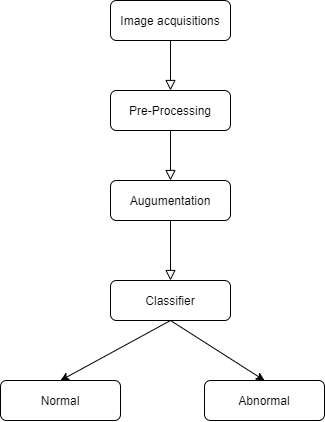
Above: Untitled Diagram.drawio.png in wearesach/diagrams (draw.io), before the change. Source tidied: cells renumbered, new cells last; positions are measured from the earlier drawing's top-left corner, leaving out a move shared by most shapes.
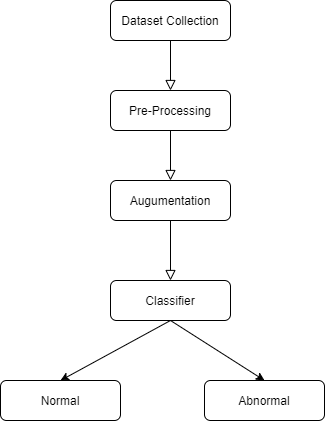
Above is the later version.

Change to the diagram source:
```diff
@@ -7,7 +7,7 @@
         <mxPoint x="170" y="90" as="targetPoint" />
       </mxGeometry>
     </mxCell>
-    <mxCell id="3" value="&lt;p class=&quot;MsoNormal&quot; align=&quot;center&quot;&gt;Image acquisitions&lt;/p&gt;" style="rounded=1;whiteSpace=wrap;html=1;fontSize=12;glass=0;strokeWidth=1;shadow=0;" parent="1" vertex="1">
+    <mxCell id="3" value="&lt;p class=&quot;MsoNormal&quot; align=&quot;center&quot;&gt;Dataset Collection&lt;/p&gt;" style="rounded=1;whiteSpace=wrap;html=1;fontSize=12;glass=0;strokeWidth=1;shadow=0;" parent="1" vertex="1">
       <mxGeometry x="110" width="120" height="40" as="geometry" />
     </mxCell>
     <mxCell id="4" value="&lt;p class=&quot;MsoNormal&quot; align=&quot;center&quot;&gt;Classifier&lt;/p&gt;" style="rounded=1;whiteSpace=wrap;html=1;fontSize=12;glass=0;strokeWidth=1;shadow=0;" parent="1" vertex="1">
```
